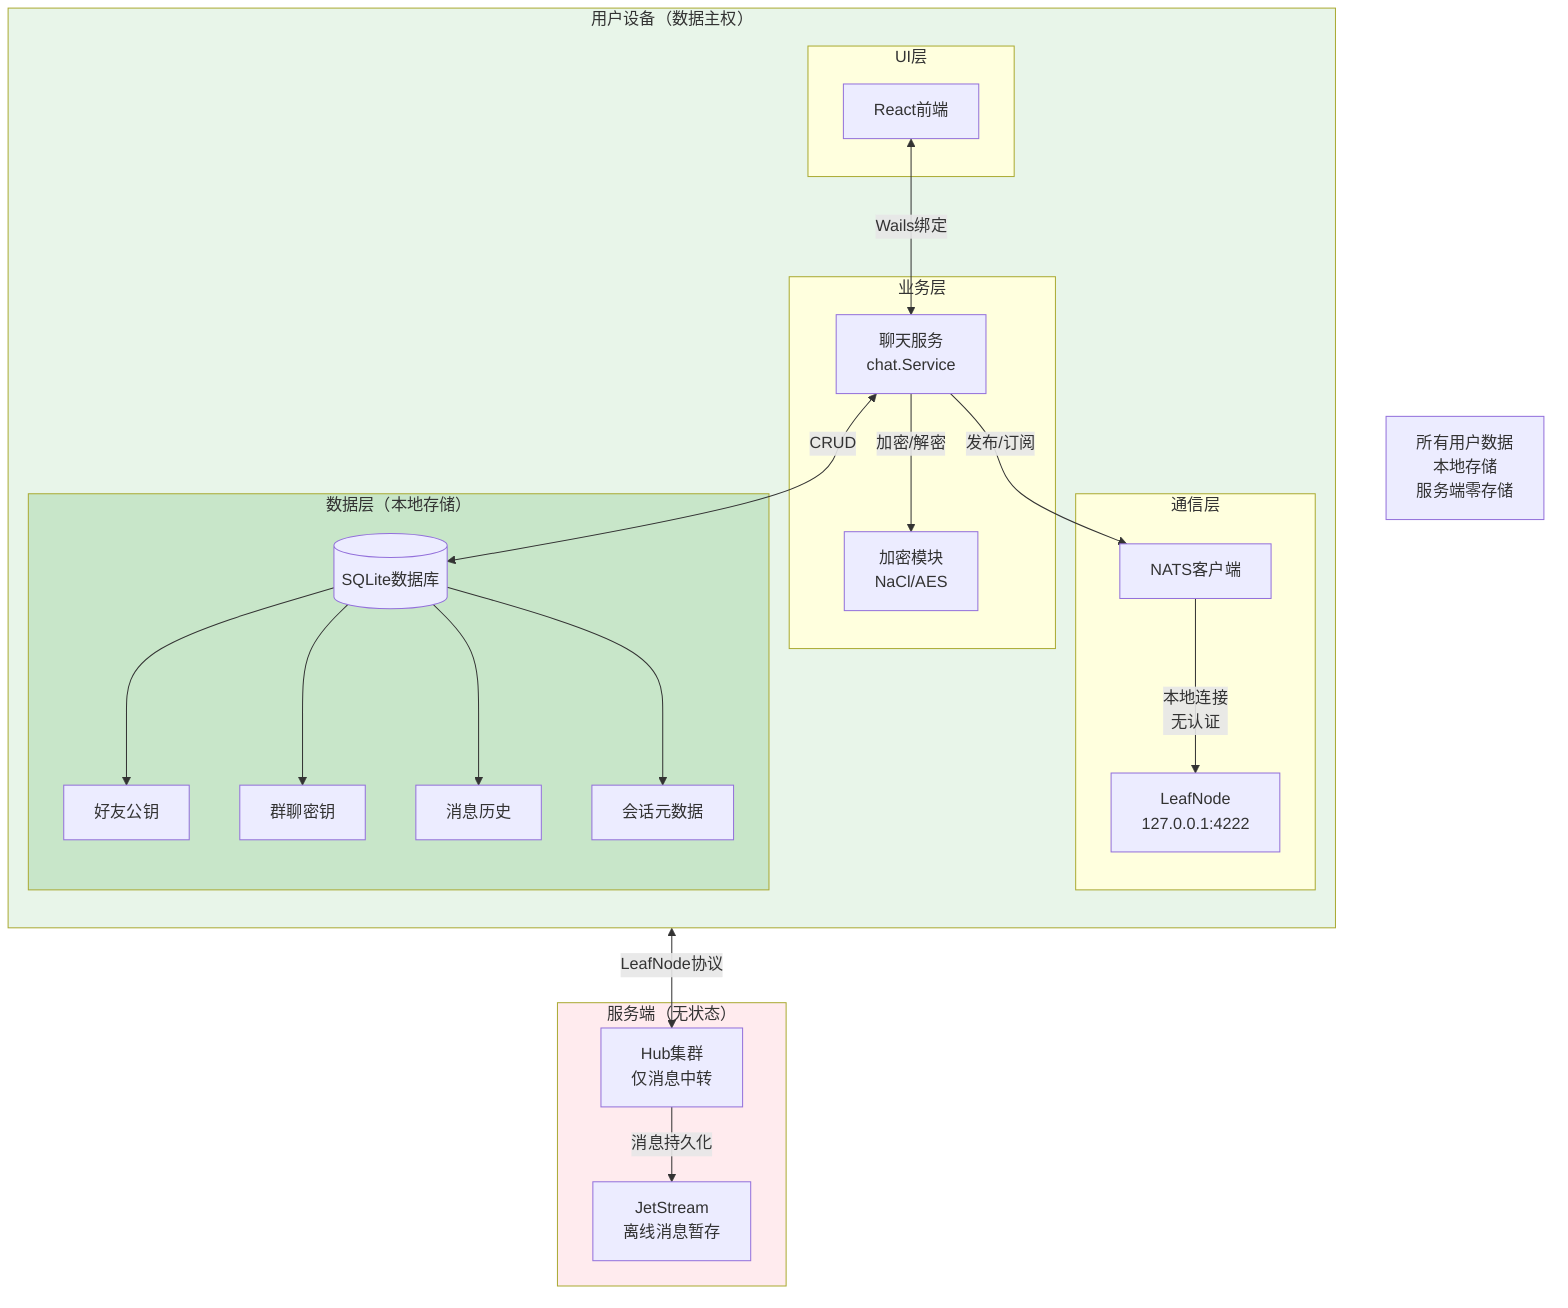
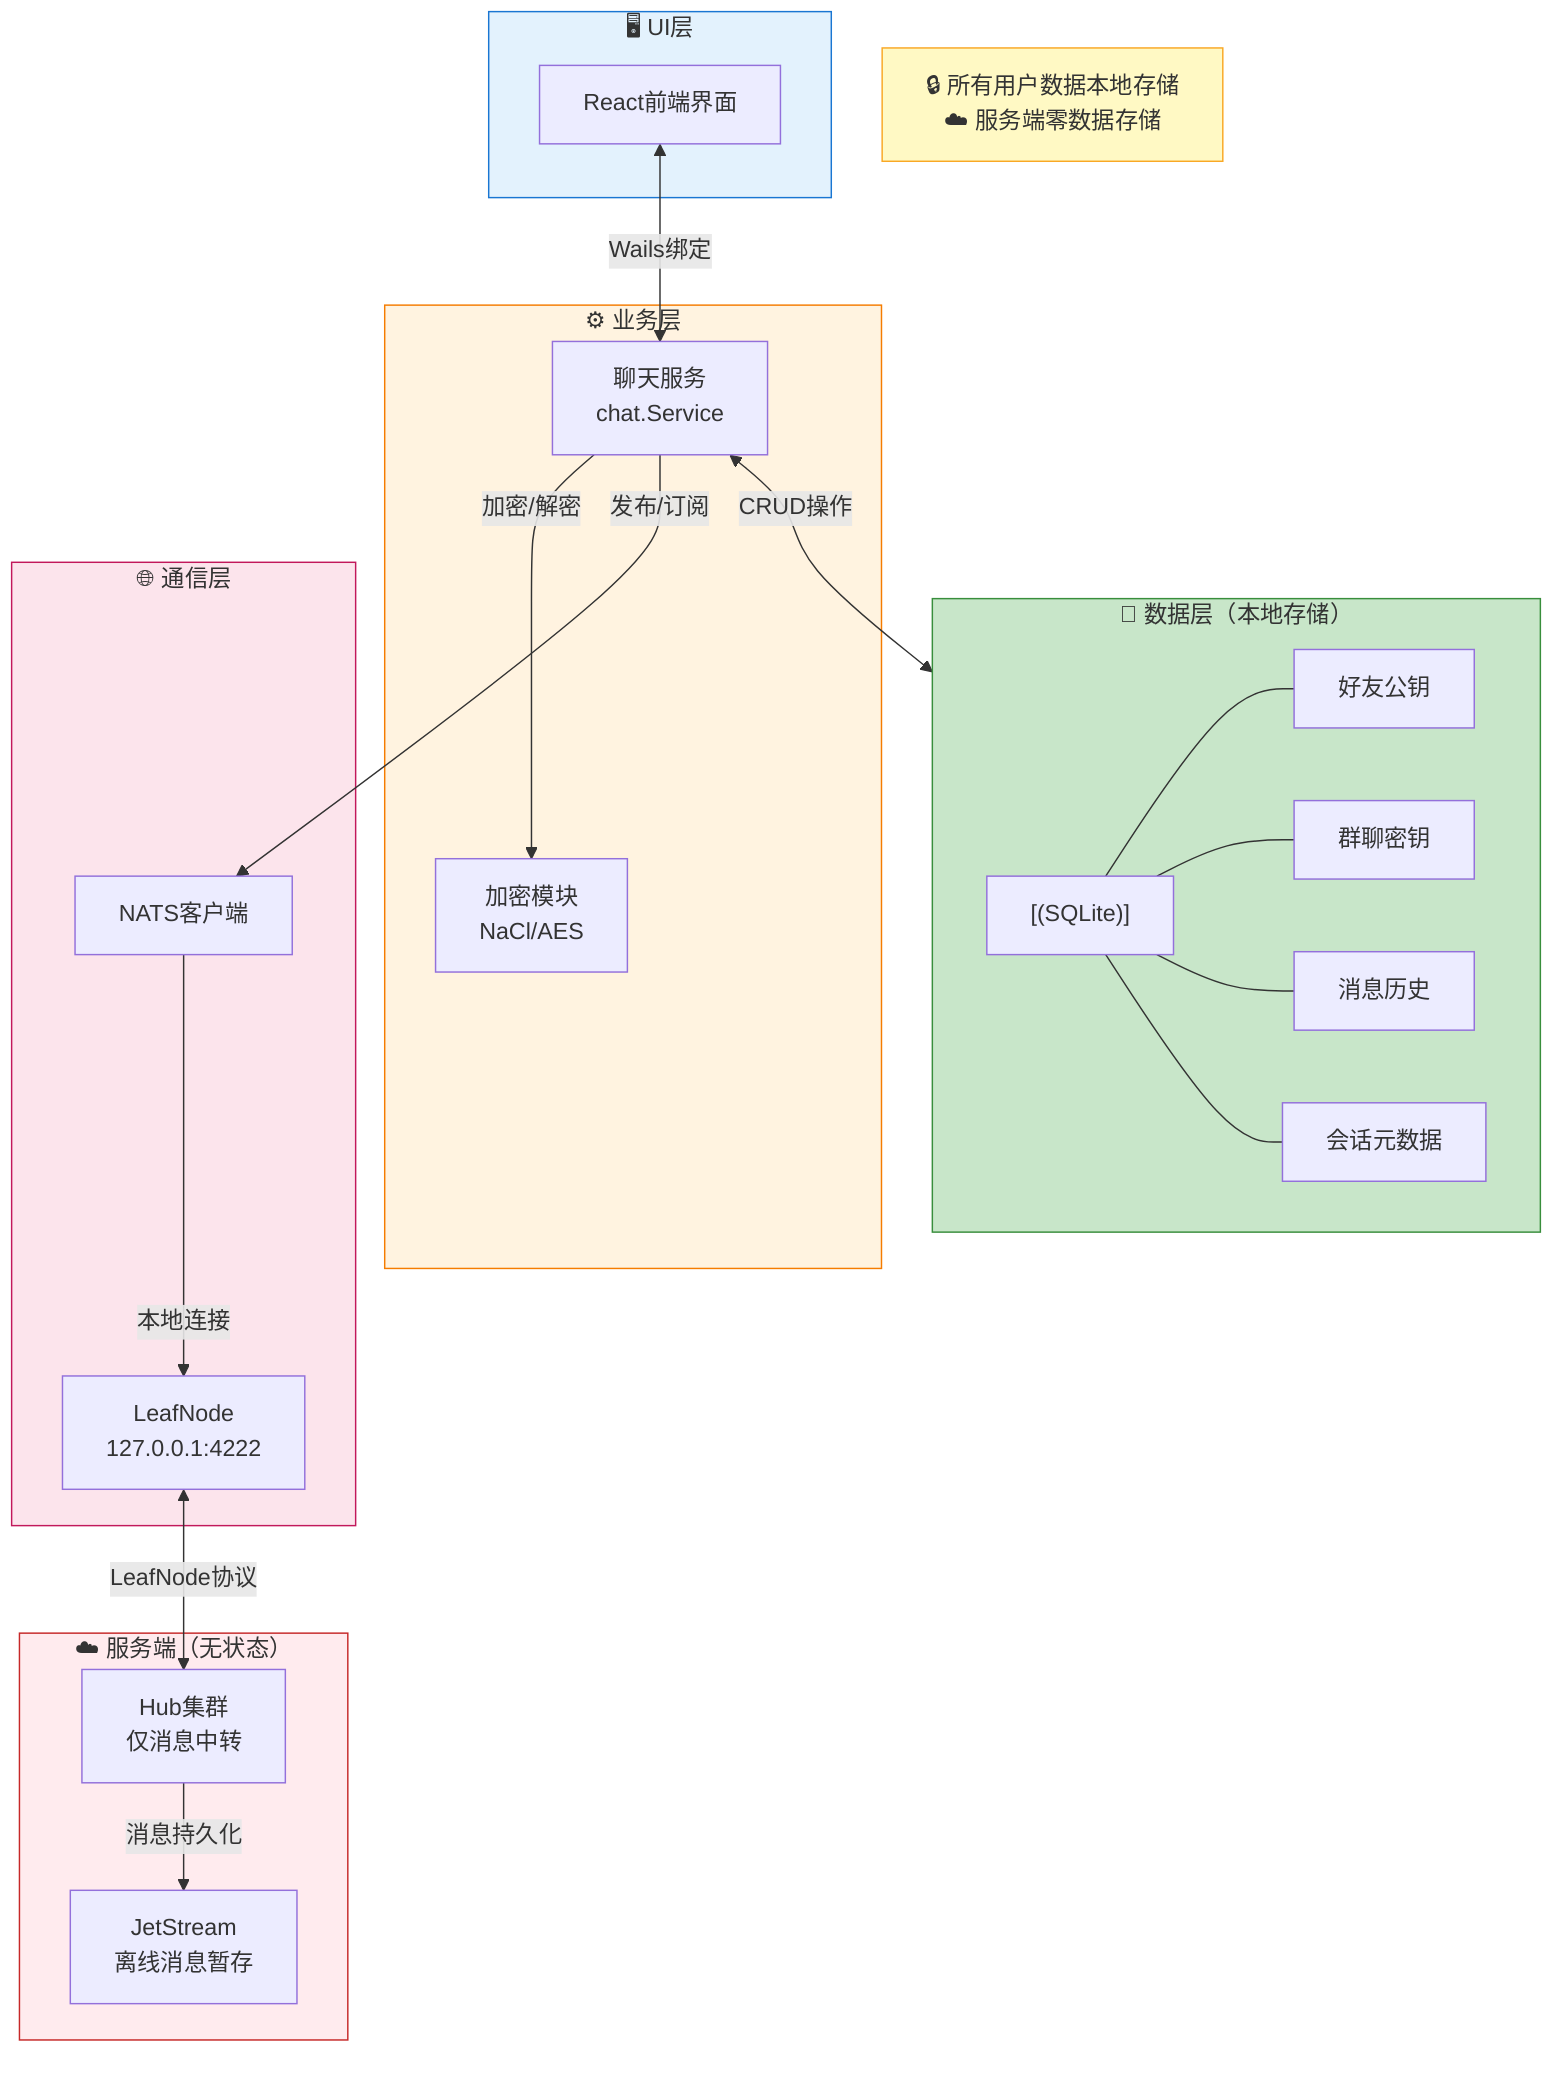
- %% 图6 系统总体架构图（重点突出数据在本地）
+ %% 图6 系统总体架构图 - 纵向层级布局
flowchart TB
-     subgraph 用户设备["用户设备（数据主权）"]
-         direction TB
- 
-         subgraph UI层["UI层"]
-             U1[React前端]
-         end
- 
-         subgraph 业务层["业务层"]
-             B1[聊天服务<br/>chat.Service]
-             B2[加密模块<br/>NaCl/AES]
-         end
- 
-         subgraph 通信层["通信层"]
-             C1[NATS客户端]
-             C2[LeafNode<br/>127.0.0.1:4222]
-         end
- 
-         subgraph 数据层["数据层（本地存储）"]
-             D1[(SQLite数据库)]
-             D2[好友公钥]
-             D3[群聊密钥]
-             D4[消息历史]
-             D5[会话元数据]
-         end
+     subgraph UI层["🖥️ UI层"]
+         U1["React前端界面"]
    end

-     subgraph 服务端["服务端（无状态）"]
-         S1[Hub集群<br/>仅消息中转]
-         S2[JetStream<br/>离线消息暂存]
+     subgraph 业务层["⚙️ 业务层"]
+         B1["聊天服务<br/>chat.Service"]
+         B2["加密模块<br/>NaCl/AES"]
    end

-     %% 连接关系
-     U1 <-->|Wails绑定| B1
-     B1 -->|加密/解密| B2
-     B1 -->|发布/订阅| C1
-     B1 <-->|CRUD| D1
-     C1 -->|本地连接<br/>无认证| C2
-     C2 <-->|LeafNode协议| S1
-     S1 -->|消息持久化| S2
+     subgraph 通信层["🌐 通信层"]
+         C1["NATS客户端"]
+         C2["LeafNode<br/>127.0.0.1:4222"]
+     end

-     D1 --> D2
-     D1 --> D3
-     D1 --> D4
-     D1 --> D5
+     subgraph 数据层["💾 数据层（本地存储）"]
+         direction LR
+         D1["[(SQLite)]"]
+         D2["好友公钥"]
+         D3["群聊密钥"]
+         D4["消息历史"]
+         D5["会话元数据"]
+     end

-     %% 强调数据本地
-     Note["所有用户数据<br/>本地存储<br/>服务端零存储"]
+     subgraph 服务端["☁️ 服务端（无状态）"]
+         S1["Hub集群<br/>仅消息中转"]
+         S2["JetStream<br/>离线消息暂存"]
+     end

-     style 用户设备 fill:#e8f5e9
-     style 数据层 fill:#c8e6c9
-     style 服务端 fill:#ffebee
+     %% 纵向连接
+     U1 <-->|"Wails绑定"| B1
+     B1 -->|"加密/解密"| B2
+     B1 -->|"发布/订阅"| C1
+     B1 <-->|"CRUD操作"| D1
+     C1 -->|"本地连接"| C2
+     C2 <-->|"LeafNode协议"| S1
+     S1 -->|"消息持久化"| S2
+ 
+     %% 数据层内部连接
+     D1 --- D2
+     D1 --- D3
+     D1 --- D4
+     D1 --- D5
+ 
+     %% 关键说明
+     Note["🔒 所有用户数据本地存储<br/>☁️ 服务端零数据存储"]
+ 
+     style UI层 fill:#e3f2fd,stroke:#1976d2
+     style 业务层 fill:#fff3e0,stroke:#f57c00
+     style 通信层 fill:#fce4ec,stroke:#c2185b
+     style 数据层 fill:#c8e6c9,stroke:#388e3c
+     style 服务端 fill:#ffebee,stroke:#c62828
+     style Note fill:#fff9c4,stroke:#f9a825
